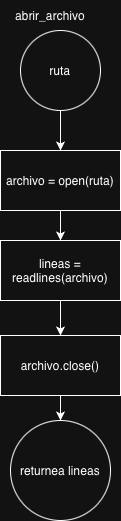
This is Diagramas/abrir_archivo.png from benjacoduti/Pulse_Lab, a draw.io export, as it was before one commit. Source tidied: cells renumbered, new cells last; positions are measured from the earlier drawing's top-left corner, leaving out a move shared by most shapes. Its diagram source:
```xml
<mxGraphModel>
  <root>
    <mxCell id="0" />
    <mxCell id="1" parent="0" />
    <mxCell id="2" style="edgeStyle=orthogonalEdgeStyle;rounded=0;jettySize=auto;html=1;" parent="1" edge="1" source="3" target="5">
      <mxGeometry relative="1" as="geometry" />
    </mxCell>
    <mxCell id="3" value="ruta" style="ellipse;whiteSpace=wrap;html=1;" parent="1" vertex="1">
      <mxGeometry x="20" y="30" width="80" height="80" as="geometry" />
    </mxCell>
    <mxCell id="4" style="edgeStyle=orthogonalEdgeStyle;rounded=0;jettySize=auto;html=1;" parent="1" edge="1" source="5" target="7">
      <mxGeometry relative="1" as="geometry" />
    </mxCell>
    <mxCell id="5" value="archivo = open(ruta)" style="rounded=0;whiteSpace=wrap;html=1;" parent="1" vertex="1">
      <mxGeometry y="150" width="120" height="60" as="geometry" />
    </mxCell>
    <mxCell id="6" style="edgeStyle=orthogonalEdgeStyle;rounded=0;jettySize=auto;html=1;" parent="1" edge="1" source="7" target="9">
      <mxGeometry relative="1" as="geometry" />
    </mxCell>
    <mxCell id="7" value="lineas = readlines(archivo)" style="rounded=0;whiteSpace=wrap;html=1;" parent="1" vertex="1">
      <mxGeometry y="240" width="120" height="60" as="geometry" />
    </mxCell>
    <mxCell id="8" style="edgeStyle=orthogonalEdgeStyle;rounded=0;jettySize=auto;html=1;" parent="1" edge="1" source="9" target="10">
      <mxGeometry relative="1" as="geometry" />
    </mxCell>
    <mxCell id="9" value="archivo.close()" style="rounded=0;whiteSpace=wrap;html=1;" parent="1" vertex="1">
      <mxGeometry y="335" width="120" height="60" as="geometry" />
    </mxCell>
    <mxCell id="10" value="returnea lineas" style="ellipse;whiteSpace=wrap;html=1;" parent="1" vertex="1">
      <mxGeometry x="10" y="420" width="100" height="100" as="geometry" />
    </mxCell>
    <mxCell id="11" value="abrir_archivo" style="text;html=1;whiteSpace=wrap;strokeColor=none;fillColor=none;align=center;verticalAlign=middle;rounded=0;" parent="1" vertex="1">
      <mxGeometry x="20" width="60" height="30" as="geometry" />
    </mxCell>
  </root>
</mxGraphModel>
```
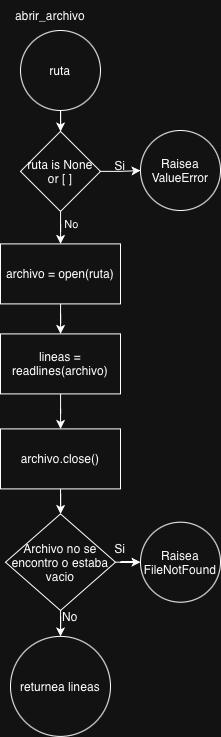
Above is the later version.

The edit, as a diff of the source:
```diff
@@ -2,7 +2,7 @@
   <root>
     <mxCell id="0" />
     <mxCell id="1" parent="0" />
-    <mxCell id="2" style="edgeStyle=orthogonalEdgeStyle;rounded=0;jettySize=auto;html=1;" parent="1" edge="1" source="3" target="5">
+    <mxCell id="2" style="edgeStyle=orthogonalEdgeStyle;rounded=0;jettySize=auto;html=1;" parent="1" edge="1" source="3" target="15">
       <mxGeometry relative="1" as="geometry" />
     </mxCell>
     <mxCell id="3" value="ruta" style="ellipse;whiteSpace=wrap;html=1;" parent="1" vertex="1">
@@ -12,25 +12,63 @@
       <mxGeometry relative="1" as="geometry" />
     </mxCell>
     <mxCell id="5" value="archivo = open(ruta)" style="rounded=0;whiteSpace=wrap;html=1;" parent="1" vertex="1">
-      <mxGeometry y="150" width="120" height="60" as="geometry" />
+      <mxGeometry y="243.4" width="120" height="60" as="geometry" />
     </mxCell>
     <mxCell id="6" style="edgeStyle=orthogonalEdgeStyle;rounded=0;jettySize=auto;html=1;" parent="1" edge="1" source="7" target="9">
       <mxGeometry relative="1" as="geometry" />
     </mxCell>
     <mxCell id="7" value="lineas = readlines(archivo)" style="rounded=0;whiteSpace=wrap;html=1;" parent="1" vertex="1">
-      <mxGeometry y="240" width="120" height="60" as="geometry" />
+      <mxGeometry y="333.4" width="120" height="60" as="geometry" />
     </mxCell>
-    <mxCell id="8" style="edgeStyle=orthogonalEdgeStyle;rounded=0;jettySize=auto;html=1;" parent="1" edge="1" source="9" target="10">
+    <mxCell id="8" style="edgeStyle=orthogonalEdgeStyle;rounded=0;jettySize=auto;html=1;" parent="1" edge="1" source="9" target="20">
       <mxGeometry relative="1" as="geometry" />
     </mxCell>
     <mxCell id="9" value="archivo.close()" style="rounded=0;whiteSpace=wrap;html=1;" parent="1" vertex="1">
-      <mxGeometry y="335" width="120" height="60" as="geometry" />
+      <mxGeometry y="428.4" width="120" height="60" as="geometry" />
     </mxCell>
     <mxCell id="10" value="returnea lineas" style="ellipse;whiteSpace=wrap;html=1;" parent="1" vertex="1">
-      <mxGeometry x="10" y="420" width="100" height="100" as="geometry" />
+      <mxGeometry x="10" y="635.9" width="100" height="100" as="geometry" />
     </mxCell>
     <mxCell id="11" value="abrir_archivo" style="text;html=1;whiteSpace=wrap;strokeColor=none;fillColor=none;align=center;verticalAlign=middle;rounded=0;" parent="1" vertex="1">
       <mxGeometry x="20" width="60" height="30" as="geometry" />
     </mxCell>
+    <mxCell id="12" style="edgeStyle=orthogonalEdgeStyle;rounded=0;jettySize=auto;html=1;" parent="1" edge="1" source="15" target="16">
+      <mxGeometry relative="1" as="geometry" />
+    </mxCell>
+    <mxCell id="13" style="edgeStyle=orthogonalEdgeStyle;rounded=0;jettySize=auto;html=1;" parent="1" edge="1" source="15" target="5">
+      <mxGeometry relative="1" as="geometry" />
+    </mxCell>
+    <mxCell id="14" value="No" style="edgeLabel;html=1;align=center;verticalAlign=middle;" parent="13" vertex="1">
+      <mxGeometry x="0.19" y="2" relative="1" as="geometry">
+        <mxPoint x="8" y="-1" as="offset" />
+      </mxGeometry>
+    </mxCell>
+    <mxCell id="15" value="ruta is None or [ ]" style="rhombus;whiteSpace=wrap;html=1;" parent="1" vertex="1">
+      <mxGeometry x="20" y="130.9" width="80" height="80" as="geometry" />
+    </mxCell>
+    <mxCell id="16" value="Raisea ValueError" style="ellipse;whiteSpace=wrap;html=1;" parent="1" vertex="1">
+      <mxGeometry x="140" y="130" width="80" height="80" as="geometry" />
+    </mxCell>
+    <mxCell id="17" value="Si" style="text;html=1;whiteSpace=wrap;strokeColor=none;fillColor=none;align=center;verticalAlign=middle;rounded=0;" parent="1" vertex="1">
+      <mxGeometry x="90" y="150" width="60" height="30" as="geometry" />
+    </mxCell>
+    <mxCell id="18" style="edgeStyle=orthogonalEdgeStyle;rounded=0;jettySize=auto;html=1;" parent="1" edge="1" source="20" target="10">
+      <mxGeometry relative="1" as="geometry" />
+    </mxCell>
+    <mxCell id="19" style="edgeStyle=orthogonalEdgeStyle;rounded=0;jettySize=auto;html=1;" parent="1" edge="1" source="20" target="21">
+      <mxGeometry relative="1" as="geometry" />
+    </mxCell>
+    <mxCell id="20" value="Archivo no se encontro o estaba vacio" style="rhombus;whiteSpace=wrap;html=1;" parent="1" vertex="1">
+      <mxGeometry x="5" y="513.4" width="110" height="96.6" as="geometry" />
+    </mxCell>
+    <mxCell id="21" value="Raisea FileNotFound" style="ellipse;whiteSpace=wrap;html=1;" parent="1" vertex="1">
+      <mxGeometry x="140" y="521.7" width="80" height="80" as="geometry" />
+    </mxCell>
+    <mxCell id="22" value="Si" style="text;html=1;whiteSpace=wrap;strokeColor=none;fillColor=none;align=center;verticalAlign=middle;rounded=0;" parent="1" vertex="1">
+      <mxGeometry x="90" y="533.4" width="60" height="30" as="geometry" />
+    </mxCell>
+    <mxCell id="23" value="No" style="text;html=1;whiteSpace=wrap;strokeColor=none;fillColor=none;align=center;verticalAlign=middle;rounded=0;" parent="1" vertex="1">
+      <mxGeometry x="40" y="600.9" width="60" height="30" as="geometry" />
+    </mxCell>
   </root>
 </mxGraphModel>
```
